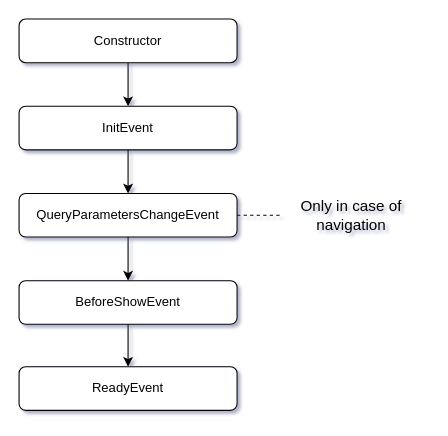
Before: page "open-standard-view" (1 of 2) of content/modules/flow-ui/diagrams_src/standard-view-lifecycle.drawio in jmix-framework/jmix-docs, a draw.io diagram. Source tidied: cells renumbered, new cells numbered last; positions are measured from the earlier drawing's top-left corner, leaving out a move shared by most shapes. Both pictures are drawn from the tidied source at 109%, with x=0, y=0 at pixel (19, 19).
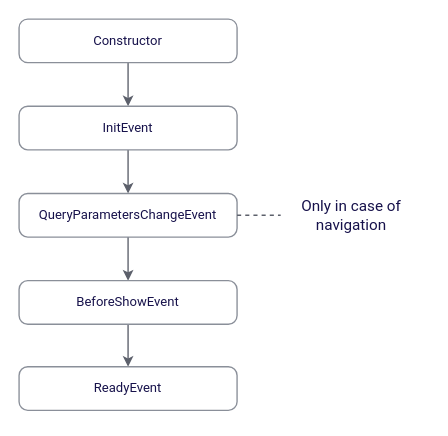
The same page after the edit.

Diff of the diagram source:
```diff
@@
-<mxGraphModel shadow="1">
+<mxGraphModel>
   <root>
     <mxCell id="0" />
     <mxCell id="1" parent="0" />
-    <mxCell id="2" style="edgeStyle=orthogonalEdgeStyle;rounded=0;jettySize=auto;html=1;" parent="1" edge="1" source="3" target="5">
+    <mxCell id="2" style="edgeStyle=orthogonalEdgeStyle;rounded=0;jettySize=auto;html=1;fontFamily=Roboto, Helvetica, Arial;fontColor=#17124b;strokeColor=#5c606b;strokeWidth=1.25;" parent="1" edge="1" source="3" target="5">
       <mxGeometry relative="1" as="geometry" />
     </mxCell>
-    <mxCell id="3" value="Constructor" style="rounded=1;whiteSpace=wrap;html=1;fontSize=12;glass=0;strokeWidth=1;shadow=0;" parent="1" vertex="1">
+    <mxCell id="3" value="Constructor" style="rounded=1;whiteSpace=wrap;html=1;fontSize=12;glass=0;strokeWidth=1.25;shadow=0;fontFamily=Roboto, Helvetica, Arial;fontColor=#17124b;strokeColor=#8a8f99;absoluteArcSize=1;arcSize=16;" parent="1" vertex="1">
       <mxGeometry width="200" height="40" as="geometry" />
     </mxCell>
-    <mxCell id="4" style="edgeStyle=orthogonalEdgeStyle;rounded=0;jettySize=auto;html=1;" parent="1" edge="1" source="5" target="7">
+    <mxCell id="4" style="edgeStyle=orthogonalEdgeStyle;rounded=0;jettySize=auto;html=1;fontFamily=Roboto, Helvetica, Arial;fontColor=#17124b;strokeColor=#5c606b;strokeWidth=1.25;" parent="1" edge="1" source="5" target="7">
       <mxGeometry relative="1" as="geometry" />
     </mxCell>
-    <mxCell id="5" value="InitEvent" style="rounded=1;whiteSpace=wrap;html=1;" parent="1" vertex="1">
+    <mxCell id="5" value="InitEvent" style="rounded=1;whiteSpace=wrap;html=1;fontFamily=Roboto, Helvetica, Arial;fontColor=#17124b;strokeColor=#8a8f99;strokeWidth=1.25;absoluteArcSize=1;arcSize=16;" parent="1" vertex="1">
       <mxGeometry y="80" width="200" height="40" as="geometry" />
     </mxCell>
-    <mxCell id="6" style="edgeStyle=orthogonalEdgeStyle;rounded=0;jettySize=auto;html=1;" parent="1" edge="1" source="7" target="9">
+    <mxCell id="6" style="edgeStyle=orthogonalEdgeStyle;rounded=0;jettySize=auto;html=1;fontFamily=Roboto, Helvetica, Arial;fontColor=#17124b;strokeColor=#5c606b;strokeWidth=1.25;" parent="1" edge="1" source="7" target="9">
       <mxGeometry relative="1" as="geometry" />
     </mxCell>
-    <mxCell id="7" value="QueryParametersChangeEvent" style="whiteSpace=wrap;html=1;rounded=1;" parent="1" vertex="1">
+    <mxCell id="7" value="QueryParametersChangeEvent" style="whiteSpace=wrap;html=1;rounded=1;fontFamily=Roboto, Helvetica, Arial;fontColor=#17124b;strokeColor=#8a8f99;strokeWidth=1.25;absoluteArcSize=1;arcSize=16;" parent="1" vertex="1">
       <mxGeometry y="160" width="200" height="40" as="geometry" />
     </mxCell>
-    <mxCell id="8" style="edgeStyle=orthogonalEdgeStyle;rounded=0;jettySize=auto;html=1;entryX=0.5;entryY=0;entryDx=0;entryDy=0;" parent="1" edge="1" source="9" target="10">
+    <mxCell id="8" style="edgeStyle=orthogonalEdgeStyle;rounded=0;jettySize=auto;html=1;entryX=0.5;entryY=0;entryDx=0;entryDy=0;fontFamily=Roboto, Helvetica, Arial;fontColor=#17124b;strokeColor=#5c606b;strokeWidth=1.25;" parent="1" edge="1" source="9" target="10">
       <mxGeometry relative="1" as="geometry" />
     </mxCell>
-    <mxCell id="9" value="BeforeShowEvent" style="whiteSpace=wrap;html=1;rounded=1;" parent="1" vertex="1">
+    <mxCell id="9" value="BeforeShowEvent" style="whiteSpace=wrap;html=1;rounded=1;fontFamily=Roboto, Helvetica, Arial;fontColor=#17124b;strokeColor=#8a8f99;strokeWidth=1.25;absoluteArcSize=1;arcSize=16;" parent="1" vertex="1">
       <mxGeometry y="240" width="200" height="40" as="geometry" />
     </mxCell>
-    <mxCell id="10" value="ReadyEvent" style="whiteSpace=wrap;html=1;rounded=1;" parent="1" vertex="1">
+    <mxCell id="10" value="ReadyEvent" style="whiteSpace=wrap;html=1;rounded=1;fontFamily=Roboto, Helvetica, Arial;fontColor=#17124b;strokeColor=#8a8f99;strokeWidth=1.25;absoluteArcSize=1;arcSize=16;" parent="1" vertex="1">
       <mxGeometry y="319" width="200" height="40" as="geometry" />
     </mxCell>
-    <mxCell id="11" style="endArrow=none;dashed=1;html=1;rounded=0;exitX=1;exitY=0.5;exitDx=0;exitDy=0;entryX=0;entryY=0.5;entryDx=0;entryDy=0;" parent="1" edge="1" source="7" target="12">
+    <mxCell id="11" style="endArrow=none;dashed=1;html=1;rounded=0;exitX=1;exitY=0.5;exitDx=0;exitDy=0;entryX=0;entryY=0.5;entryDx=0;entryDy=0;fontFamily=Roboto, Helvetica, Arial;fontColor=#17124b;strokeColor=#5c606b;strokeWidth=1.25;" parent="1" edge="1" source="7" target="12">
       <mxGeometry relative="1" as="geometry" />
     </mxCell>
-    <mxCell id="12" value="Only in case of navigation" style="text;html=1;align=center;verticalAlign=middle;whiteSpace=wrap;rounded=0;fontSize=14;" parent="1" vertex="1">
+    <mxCell id="12" value="Only in case of navigation" style="text;html=1;align=center;verticalAlign=middle;whiteSpace=wrap;rounded=0;fontSize=14;fontFamily=Roboto, Helvetica, Arial;fontColor=#17124b;" parent="1" vertex="1">
       <mxGeometry x="240" y="148" width="130" height="64" as="geometry" />
     </mxCell>
   </root>
 </mxGraphModel>
```
